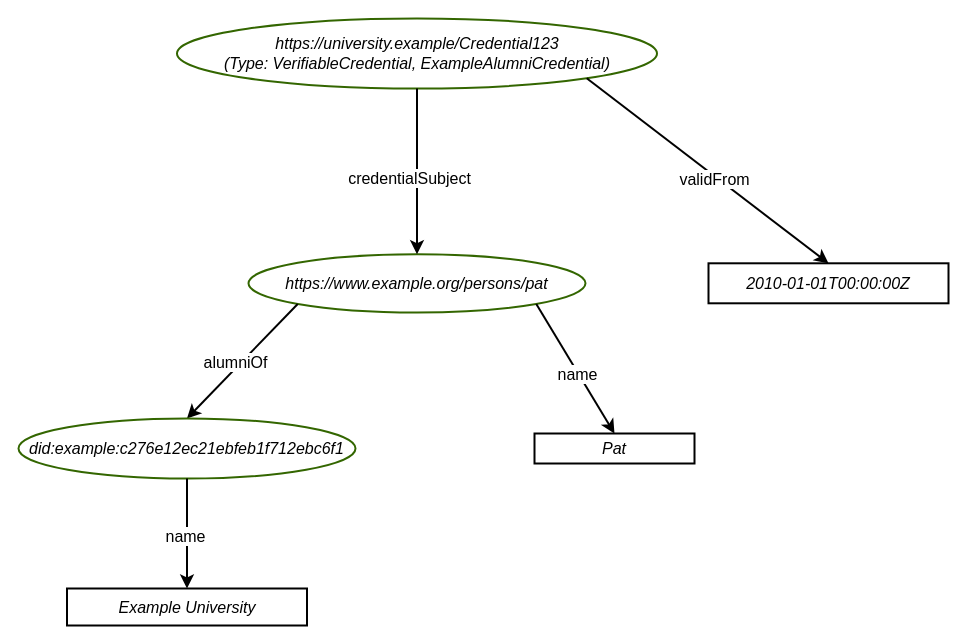
w3c/vc-overview keeps this draw.io diagram as diagrams/credential_example.drawio. Above is the earlier version. Source tidied: cells renumbered, new cells numbered last; positions are measured from the earlier drawing's top-left corner, leaving out a move shared by most shapes. Both pictures are drawn from the tidied source at 100%, with x=0, y=0 at pixel (18, 18).
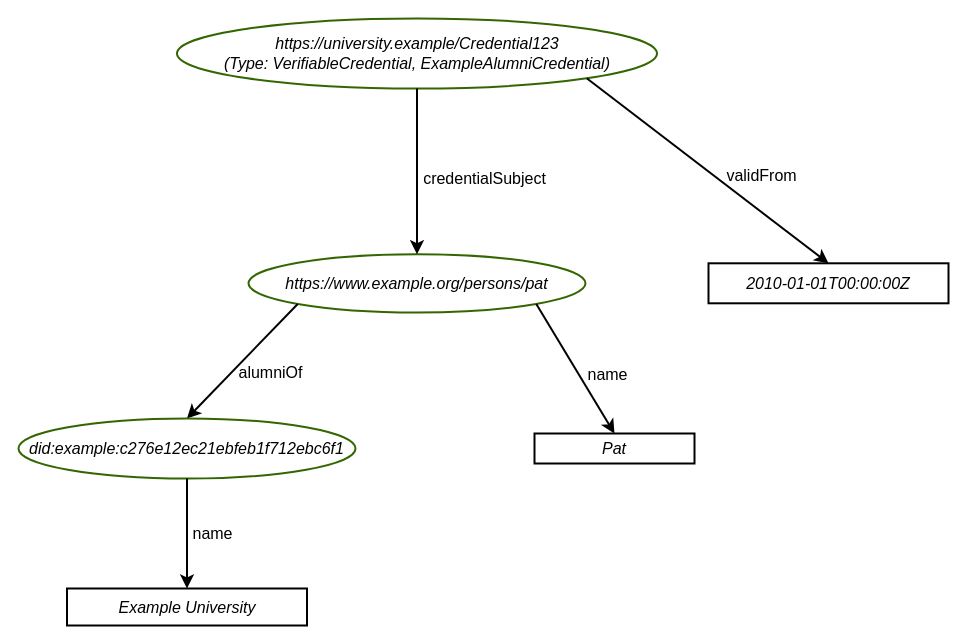
Above is the later version.

Unchanged cells that the change refers to:
```xml
<mxCell id="4" style="endArrow=classic;html=1;rounded=0;fontSize=12;startSize=8;endSize=8;curved=1;entryX=0.5;entryY=0;entryDx=0;entryDy=0;exitX=1;exitY=1;exitDx=0;exitDy=0;strokeWidth=2;fontStyle=2;" parent="1" edge="1" source="2" target="3">
  <mxGeometry relative="1" as="geometry" />
</mxCell>
<mxCell id="7" style="endArrow=classic;html=1;rounded=0;fontSize=12;startSize=8;endSize=8;curved=1;exitX=0.5;exitY=1;exitDx=0;exitDy=0;strokeWidth=2;fontStyle=2;entryX=0.5;entryY=0;entryDx=0;entryDy=0;" parent="1" edge="1" source="2" target="6">
  <mxGeometry relative="1" as="geometry" />
</mxCell>
<mxCell id="9" style="endArrow=classic;html=1;rounded=0;fontSize=12;startSize=8;endSize=8;curved=1;entryX=0.5;entryY=0;entryDx=0;entryDy=0;exitX=1;exitY=1;exitDx=0;exitDy=0;strokeWidth=2;fontStyle=2;" parent="1" edge="1" source="6" target="13">
  <mxGeometry relative="1" as="geometry" />
</mxCell>
<mxCell id="11" style="endArrow=classic;html=1;rounded=0;fontSize=12;startSize=8;endSize=8;curved=1;entryX=0.5;entryY=0;entryDx=0;entryDy=0;exitX=0;exitY=1;exitDx=0;exitDy=0;strokeWidth=2;fontStyle=2;" parent="1" edge="1" source="6" target="15">
  <mxGeometry relative="1" as="geometry" />
</mxCell>
<mxCell id="16" style="endArrow=classic;html=1;rounded=0;fontSize=12;startSize=8;endSize=8;curved=1;exitX=0.5;exitY=1;exitDx=0;exitDy=0;strokeWidth=2;fontStyle=2;entryX=0.5;entryY=0;entryDx=0;entryDy=0;" parent="1" edge="1" source="15" target="14">
  <mxGeometry relative="1" as="geometry" />
</mxCell>
```

What changed in the source:
```diff
@@
-    <mxCell id="5" value="validFrom" style="edgeLabel;html=1;align=center;verticalAlign=middle;fontSize=16;" parent="4" vertex="1">
+    <mxCell id="5" value="validFrom" style="edgeLabel;html=1;align=center;verticalAlign=middle;fontSize=16;labelBackgroundColor=none;" parent="4" vertex="1">
       <mxGeometry x="0.13" y="-2" relative="1" as="geometry">
-        <mxPoint x="-8" y="-5" as="offset" />
+        <mxPoint x="39" y="-9" as="offset" />
       </mxGeometry>
     </mxCell>
@@
-    <mxCell id="8" value="credentialSubject" style="edgeLabel;html=1;align=center;verticalAlign=middle;fontSize=16;" parent="7" vertex="1">
+    <mxCell id="8" value="credentialSubject" style="edgeLabel;html=1;align=center;verticalAlign=middle;fontSize=16;labelBackgroundColor=none;" parent="7" vertex="1">
       <mxGeometry x="0.13" y="-2" relative="1" as="geometry">
-        <mxPoint x="-6" y="-5" as="offset" />
+        <mxPoint x="69" y="-5" as="offset" />
       </mxGeometry>
     </mxCell>
@@
-    <mxCell id="10" value="name" style="edgeLabel;html=1;align=center;verticalAlign=middle;fontSize=16;" parent="9" vertex="1">
+    <mxCell id="10" value="name" style="edgeLabel;html=1;align=center;verticalAlign=middle;fontSize=16;labelBackgroundColor=none;" parent="9" vertex="1">
       <mxGeometry x="0.13" y="-2" relative="1" as="geometry">
-        <mxPoint x="-2" y="-5" as="offset" />
+        <mxPoint x="28" y="-5" as="offset" />
       </mxGeometry>
     </mxCell>
@@
-    <mxCell id="12" value="alumniOf" style="edgeLabel;html=1;align=center;verticalAlign=middle;fontSize=16;" parent="11" vertex="1">
+    <mxCell id="12" value="alumniOf" style="edgeLabel;html=1;align=center;verticalAlign=middle;fontSize=16;labelBackgroundColor=none;" parent="11" vertex="1">
       <mxGeometry x="0.13" y="-2" relative="1" as="geometry">
-        <mxPoint x="1" y="-5" as="offset" />
+        <mxPoint x="36" y="5" as="offset" />
       </mxGeometry>
     </mxCell>
@@
-    <mxCell id="17" value="name" style="edgeLabel;html=1;align=center;verticalAlign=middle;fontSize=16;" parent="16" vertex="1">
+    <mxCell id="17" value="name" style="edgeLabel;html=1;align=center;verticalAlign=middle;fontSize=16;labelBackgroundColor=none;" parent="16" vertex="1">
       <mxGeometry x="0.13" y="-2" relative="1" as="geometry">
-        <mxPoint y="-5" as="offset" />
+        <mxPoint x="27" y="-8" as="offset" />
       </mxGeometry>
     </mxCell>
```
